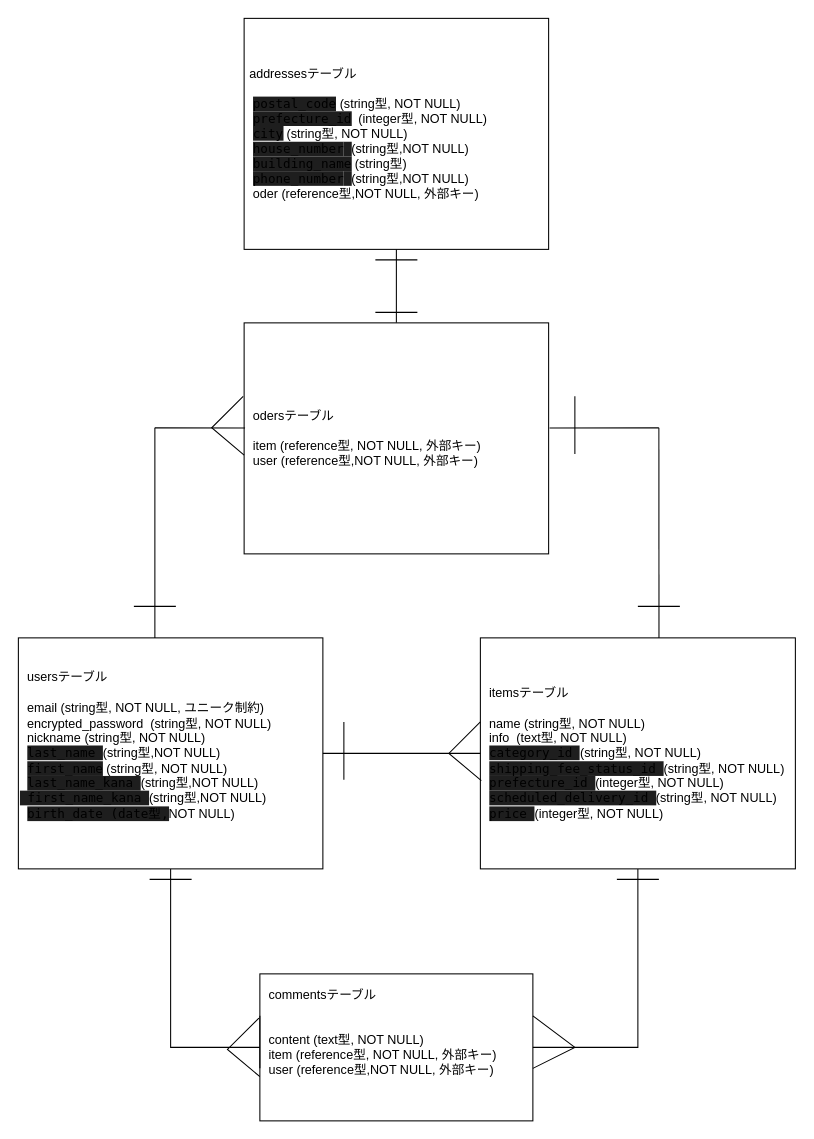
ponta4699/furima-38652 keeps this draw.io diagram as ER.dio. Above is the earlier version. Source tidied: cells renumbered, new cells numbered last; positions are measured from the earlier drawing's top-left corner, leaving out a move shared by most shapes. Both pictures are drawn from the tidied source at 105%, with x=0, y=0 at pixel (18, 18).
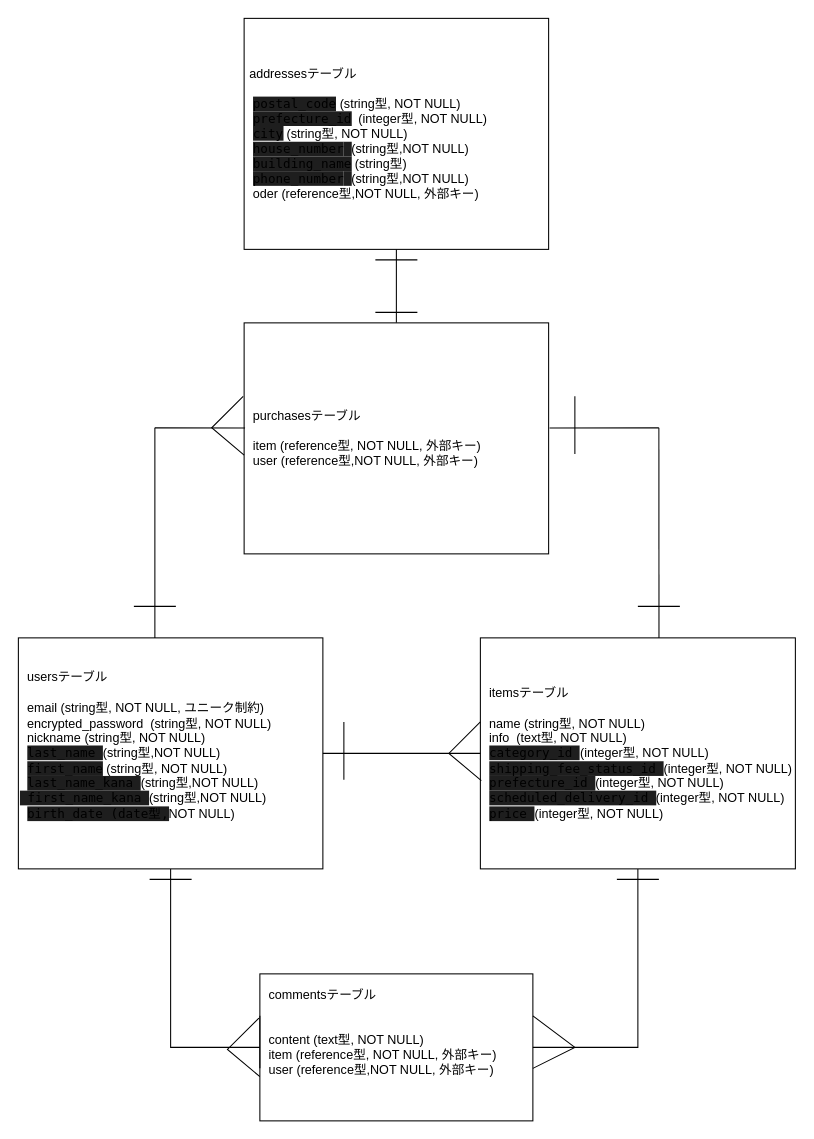
The same page after the edit.

Commit message (it also covers changes not shown here):
ER図、READMEの修正-3回目

Diff of the diagram source:
```diff
@@
-    <mxCell id="4" value="&amp;nbsp; itemsテーブル&lt;br&gt;&lt;br&gt;&amp;nbsp; name (string型, NOT NULL)&lt;br&gt;&amp;nbsp; info&amp;nbsp; (text型, NOT NULL)&lt;br&gt;&amp;nbsp; &lt;span style=&quot;background-color: rgb(30 , 30 , 30) ; font-family: &amp;#34;menlo&amp;#34; , &amp;#34;monaco&amp;#34; , &amp;#34;courier new&amp;#34; , monospace&quot;&gt;category_id&amp;nbsp;&lt;/span&gt;&lt;span&gt;(string型, NOT NULL)&lt;/span&gt;&lt;br&gt;&amp;nbsp;&amp;nbsp;&lt;span style=&quot;background-color: rgb(30 , 30 , 30) ; font-family: &amp;#34;menlo&amp;#34; , &amp;#34;monaco&amp;#34; , &amp;#34;courier new&amp;#34; , monospace&quot;&gt;shipping_fee_status_id&amp;nbsp;&lt;/span&gt;(string型, NOT NULL)&lt;br&gt;&amp;nbsp;&amp;nbsp;&lt;span style=&quot;background-color: rgb(30 , 30 , 30) ; font-family: &amp;#34;menlo&amp;#34; , &amp;#34;monaco&amp;#34; , &amp;#34;courier new&amp;#34; , monospace&quot;&gt;prefecture_id&amp;nbsp;&lt;/span&gt;&lt;span&gt;(integer型, NOT NULL)&lt;/span&gt;&lt;br&gt;&amp;nbsp;&amp;nbsp;&lt;span style=&quot;background-color: rgb(30 , 30 , 30) ; font-family: &amp;#34;menlo&amp;#34; , &amp;#34;monaco&amp;#34; , &amp;#34;courier new&amp;#34; , monospace&quot;&gt;scheduled_delivery_id&amp;nbsp;&lt;/span&gt;&lt;span&gt;(string型, NOT NULL)&lt;/span&gt;&lt;br&gt;&amp;nbsp;&amp;nbsp;&lt;span style=&quot;background-color: rgb(30 , 30 , 30) ; font-family: &amp;#34;menlo&amp;#34; , &amp;#34;monaco&amp;#34; , &amp;#34;courier new&amp;#34; , monospace&quot;&gt;price&amp;nbsp;&lt;/span&gt;&lt;span&gt;(integer型, NOT NULL)&lt;/span&gt;" style="whiteSpace=wrap;html=1;align=left;" parent="1" vertex="1">
+    <mxCell id="4" value="&amp;nbsp; itemsテーブル&lt;br&gt;&lt;br&gt;&amp;nbsp; name (string型, NOT NULL)&lt;br&gt;&amp;nbsp; info&amp;nbsp; (text型, NOT NULL)&lt;br&gt;&amp;nbsp; &lt;span style=&quot;background-color: rgb(30 , 30 , 30) ; font-family: &amp;#34;menlo&amp;#34; , &amp;#34;monaco&amp;#34; , &amp;#34;courier new&amp;#34; , monospace&quot;&gt;category_id&amp;nbsp;&lt;/span&gt;&lt;span&gt;(&lt;/span&gt;integer&lt;span&gt;型, NOT NULL)&lt;/span&gt;&lt;br&gt;&amp;nbsp;&amp;nbsp;&lt;span style=&quot;background-color: rgb(30 , 30 , 30) ; font-family: &amp;#34;menlo&amp;#34; , &amp;#34;monaco&amp;#34; , &amp;#34;courier new&amp;#34; , monospace&quot;&gt;shipping_fee_status_id&amp;nbsp;&lt;/span&gt;(integer型, NOT NULL)&lt;br&gt;&amp;nbsp;&amp;nbsp;&lt;span style=&quot;background-color: rgb(30 , 30 , 30) ; font-family: &amp;#34;menlo&amp;#34; , &amp;#34;monaco&amp;#34; , &amp;#34;courier new&amp;#34; , monospace&quot;&gt;prefecture_id&amp;nbsp;&lt;/span&gt;&lt;span&gt;(integer型, NOT NULL)&lt;/span&gt;&lt;br&gt;&amp;nbsp;&amp;nbsp;&lt;span style=&quot;background-color: rgb(30 , 30 , 30) ; font-family: &amp;#34;menlo&amp;#34; , &amp;#34;monaco&amp;#34; , &amp;#34;courier new&amp;#34; , monospace&quot;&gt;scheduled_delivery_id&amp;nbsp;&lt;/span&gt;&lt;span&gt;(&lt;/span&gt;integer&lt;span&gt;型, NOT NULL)&lt;/span&gt;&lt;br&gt;&amp;nbsp;&amp;nbsp;&lt;span style=&quot;background-color: rgb(30 , 30 , 30) ; font-family: &amp;#34;menlo&amp;#34; , &amp;#34;monaco&amp;#34; , &amp;#34;courier new&amp;#34; , monospace&quot;&gt;price&amp;nbsp;&lt;/span&gt;&lt;span&gt;(integer型, NOT NULL)&lt;/span&gt;" style="whiteSpace=wrap;html=1;align=left;" parent="1" vertex="1">
       <mxGeometry x="440" y="590" width="300" height="220" as="geometry" />
     </mxCell>
@@
-    <mxCell id="17" value="&amp;nbsp; odersテーブル&lt;br&gt;&lt;br&gt;&amp;nbsp; item (reference型, NOT NULL, 外部キー)&lt;br&gt;&amp;nbsp; user (reference型,NOT NULL, 外部キー)&lt;span style=&quot;background-color: rgb(30 , 30 , 30) ; color: rgb(212 , 212 , 212) ; font-family: &amp;#34;menlo&amp;#34; , &amp;#34;monaco&amp;#34; , &amp;#34;courier new&amp;#34; , monospace&quot;&gt;&lt;br&gt;&lt;/span&gt;" style="whiteSpace=wrap;html=1;align=left;" parent="1" vertex="1">
+    <mxCell id="17" value="&amp;nbsp; purchasesテーブル&lt;br&gt;&lt;br&gt;&amp;nbsp; item (reference型, NOT NULL, 外部キー)&lt;br&gt;&amp;nbsp; user (reference型,NOT NULL, 外部キー)&lt;span style=&quot;background-color: rgb(30 , 30 , 30) ; color: rgb(212 , 212 , 212) ; font-family: &amp;#34;menlo&amp;#34; , &amp;#34;monaco&amp;#34; , &amp;#34;courier new&amp;#34; , monospace&quot;&gt;&lt;br&gt;&lt;/span&gt;" style="whiteSpace=wrap;html=1;align=left;" parent="1" vertex="1">
       <mxGeometry x="215" y="290" width="290" height="220" as="geometry" />
     </mxCell>
```
